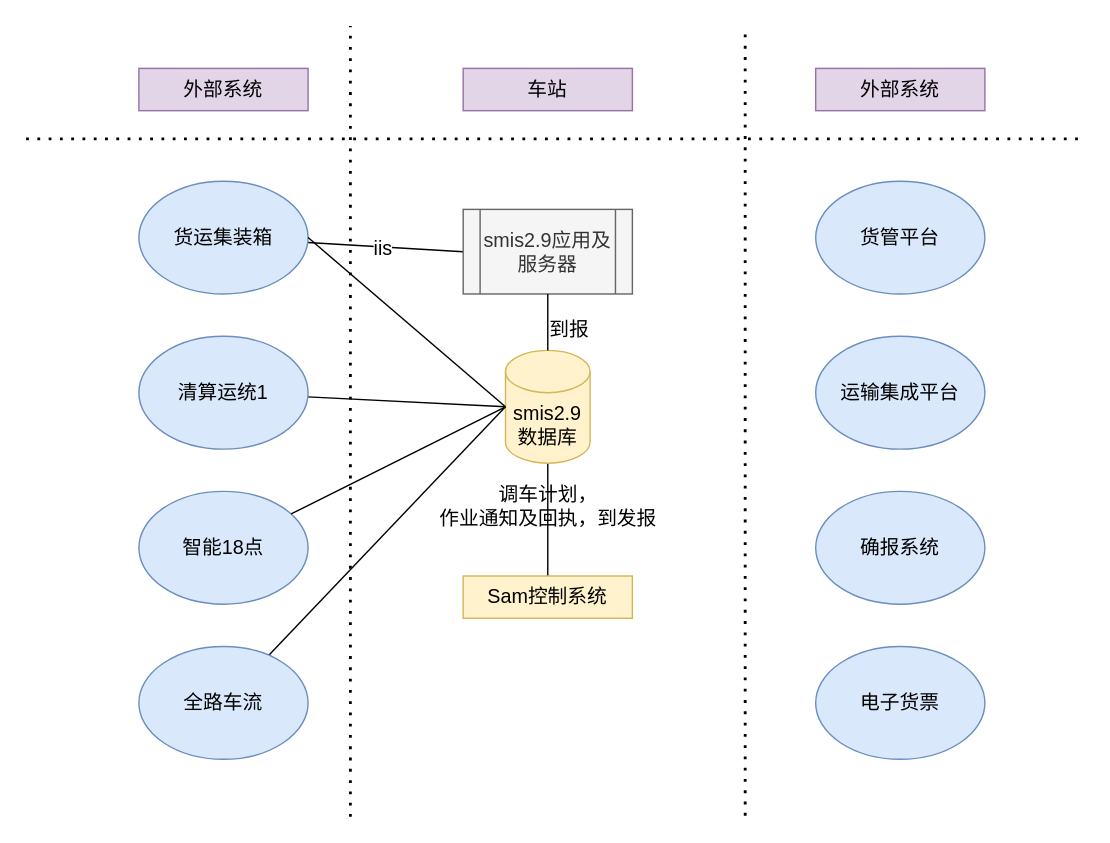
Above: 未命名绘图.drawio in wxl18335844494/myFlowChart (draw.io), before the change. Source tidied: cells renumbered, new cells numbered last; positions are measured from the earlier drawing's top-left corner, leaving out a move shared by most shapes. Both pictures are drawn from the tidied source at 141%, with x=0, y=0 at pixel (25, 25).
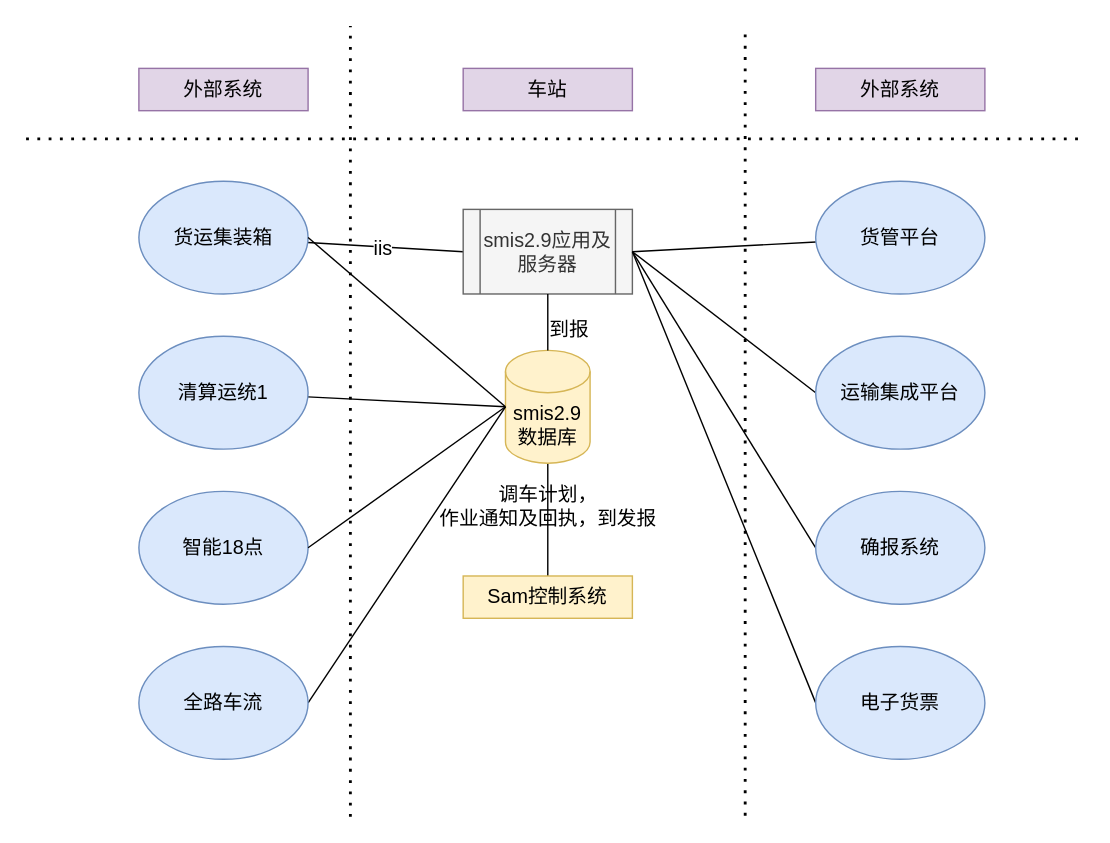
After the change.

Commit message:
编组站smis2.9当前架构.drawio

Unchanged cells that the change refers to:
```xml
<mxCell id="10" value="智能18点" style="ellipse;whiteSpace=wrap;html=1;hachureGap=4;fontFamily=Helvetica;fontSize=14;fillColor=#dae8fc;strokeColor=#6c8ebf;" parent="1" vertex="1">
  <mxGeometry x="80" y="330" width="120" height="80" as="geometry" />
</mxCell>
<mxCell id="11" value="&lt;font&gt;smis2.9应用及服务器&lt;/font&gt;" style="shape=process;whiteSpace=wrap;html=1;backgroundOutline=1;hachureGap=4;fontFamily=Helvetica;fontSize=14;fillColor=#f5f5f5;fontColor=#333333;strokeColor=#666666;" parent="1" vertex="1">
  <mxGeometry x="310" y="130" width="120" height="60" as="geometry" />
</mxCell>
<mxCell id="13" value="&lt;font&gt;smis2.9&lt;/font&gt;&lt;div&gt;&lt;font&gt;数据库&lt;/font&gt;&lt;/div&gt;" style="shape=cylinder3;whiteSpace=wrap;html=1;boundedLbl=1;backgroundOutline=1;size=15;hachureGap=4;fontFamily=Helvetica;fontSize=14;fillColor=#fff2cc;strokeColor=#d6b656;" parent="1" vertex="1">
  <mxGeometry x="340" y="230" width="60" height="80" as="geometry" />
</mxCell>
<mxCell id="23" value="&lt;span&gt;全路车流&lt;/span&gt;" style="ellipse;whiteSpace=wrap;html=1;hachureGap=4;fontFamily=Helvetica;fontSize=14;fillColor=#dae8fc;strokeColor=#6c8ebf;" parent="1" vertex="1">
  <mxGeometry x="80" y="440" width="120" height="80" as="geometry" />
</mxCell>
<mxCell id="25" value="货管平台" style="ellipse;whiteSpace=wrap;html=1;hachureGap=4;fontFamily=Helvetica;fontSize=14;fillColor=#dae8fc;strokeColor=#6c8ebf;" parent="1" vertex="1">
  <mxGeometry x="560" y="110" width="120" height="80" as="geometry" />
</mxCell>
<mxCell id="26" value="&lt;font&gt;确报系统&lt;/font&gt;" style="ellipse;whiteSpace=wrap;html=1;hachureGap=4;fontFamily=Helvetica;fontSize=14;fillColor=#dae8fc;strokeColor=#6c8ebf;" parent="1" vertex="1">
  <mxGeometry x="560" y="330" width="120" height="80" as="geometry" />
</mxCell>
<mxCell id="27" value="&lt;font&gt;运输集成平台&lt;/font&gt;" style="ellipse;whiteSpace=wrap;html=1;hachureGap=4;fontFamily=Helvetica;fontSize=14;fillColor=#dae8fc;strokeColor=#6c8ebf;" parent="1" vertex="1">
  <mxGeometry x="560" y="220" width="120" height="80" as="geometry" />
</mxCell>
<mxCell id="28" value="&lt;font&gt;电子货票&lt;/font&gt;" style="ellipse;whiteSpace=wrap;html=1;hachureGap=4;fontFamily=Helvetica;fontSize=14;fillColor=#dae8fc;strokeColor=#6c8ebf;" parent="1" vertex="1">
  <mxGeometry x="560" y="440" width="120" height="80" as="geometry" />
</mxCell>
```

Diff of the diagram source:
```diff
@@
-    <mxCell id="22" style="rounded=0;hachureGap=4;jettySize=auto;html=1;fontFamily=Architects Daughter;endArrow=none;endFill=0;" parent="1" edge="1" source="23">
+    <mxCell id="22" style="rounded=0;hachureGap=4;jettySize=auto;html=1;fontFamily=Architects Daughter;endArrow=none;endFill=0;exitX=1;exitY=0.5;exitDx=0;exitDy=0;" parent="1" edge="1" source="23">
       <mxGeometry relative="1" as="geometry">
         <mxPoint x="340" y="270" as="targetPoint" />
       </mxGeometry>
     </mxCell>
@@
-    <mxCell id="24" style="rounded=0;hachureGap=4;jettySize=auto;html=1;entryX=0;entryY=0.5;entryDx=0;entryDy=0;entryPerimeter=0;fontFamily=Architects Daughter;endArrow=none;endFill=0;" parent="1" edge="1" source="10" target="13">
+    <mxCell id="24" style="rounded=0;hachureGap=4;jettySize=auto;html=1;entryX=0;entryY=0.5;entryDx=0;entryDy=0;entryPerimeter=0;fontFamily=Architects Daughter;endArrow=none;endFill=0;exitX=1;exitY=0.5;exitDx=0;exitDy=0;" parent="1" edge="1" source="10" target="13">
       <mxGeometry relative="1" as="geometry" />
     </mxCell>
+    <mxCell id="29" style="rounded=0;hachureGap=4;jettySize=auto;html=1;entryX=1;entryY=0.5;entryDx=0;entryDy=0;fontFamily=Architects Daughter;endArrow=none;endFill=0;" parent="1" edge="1" source="25" target="11">
+      <mxGeometry relative="1" as="geometry" />
+    </mxCell>
@@
+    <mxCell id="30" style="rounded=0;hachureGap=4;jettySize=auto;html=1;fontFamily=Architects Daughter;endArrow=none;endFill=0;exitX=0;exitY=0.5;exitDx=0;exitDy=0;" parent="1" edge="1" source="26">
+      <mxGeometry relative="1" as="geometry">
+        <mxPoint x="430" y="160" as="targetPoint" />
+      </mxGeometry>
+    </mxCell>
@@
+    <mxCell id="31" style="rounded=0;hachureGap=4;jettySize=auto;html=1;fontFamily=Architects Daughter;endArrow=none;endFill=0;exitX=0;exitY=0.5;exitDx=0;exitDy=0;" parent="1" edge="1" source="27">
+      <mxGeometry relative="1" as="geometry">
+        <mxPoint x="430" y="160" as="targetPoint" />
+      </mxGeometry>
+    </mxCell>
@@
+    <mxCell id="32" style="rounded=0;hachureGap=4;jettySize=auto;html=1;fontFamily=Architects Daughter;endArrow=none;endFill=0;exitX=0;exitY=0.5;exitDx=0;exitDy=0;" parent="1" edge="1" source="28">
+      <mxGeometry relative="1" as="geometry">
+        <mxPoint x="430" y="160" as="targetPoint" />
+      </mxGeometry>
+    </mxCell>
```
